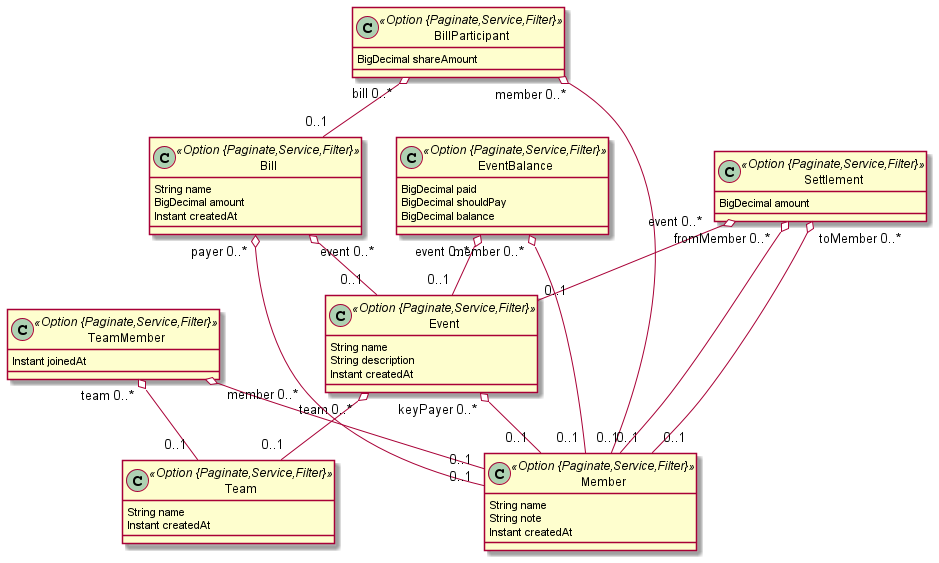
Before: c.png, a diagram exported from PlantUML (ling-4j/ProsperPathV1).
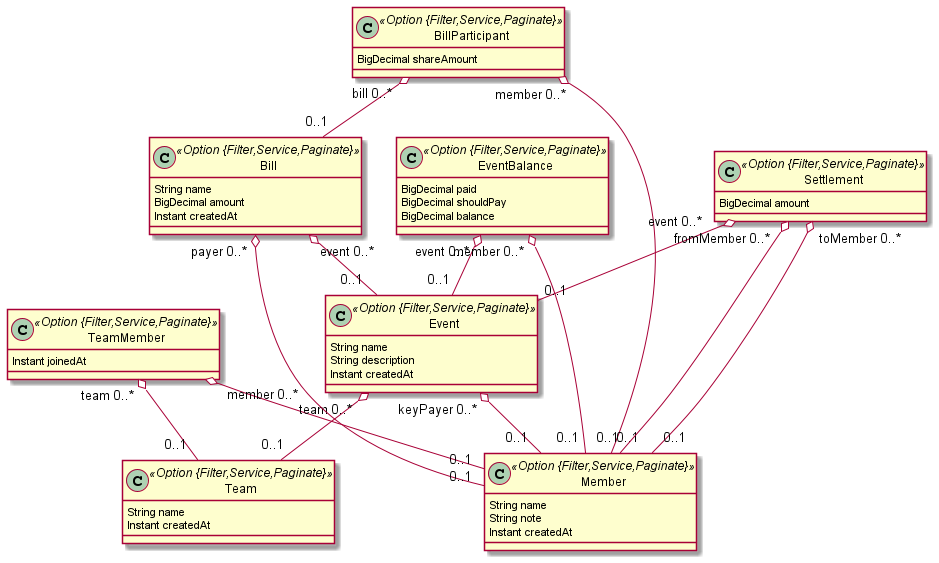
Above is the later version.

Change to the diagram source:
```diff
@@ -1,36 +1,36 @@
 @startuml
 	!pragma syntax class
-	class Member <<Option {Paginate,Service,Filter}>> {
+	class Member <<Option {Filter,Service,Paginate}>> {
 		String name
 		String note
 		Instant createdAt
 	}
-	class Team <<Option {Paginate,Service,Filter}>> {
+	class Team <<Option {Filter,Service,Paginate}>> {
 		String name
 		Instant createdAt
 	}
-	class TeamMember <<Option {Paginate,Service,Filter}>> {
+	class TeamMember <<Option {Filter,Service,Paginate}>> {
 		Instant joinedAt
 	}
-	class Event <<Option {Paginate,Service,Filter}>> {
+	class Event <<Option {Filter,Service,Paginate}>> {
 		String name
 		String description
 		Instant createdAt
 	}
-	class Bill <<Option {Paginate,Service,Filter}>> {
+	class Bill <<Option {Filter,Service,Paginate}>> {
 		String name
 		BigDecimal amount
 		Instant createdAt
 	}
-	class BillParticipant <<Option {Paginate,Service,Filter}>> {
+	class BillParticipant <<Option {Filter,Service,Paginate}>> {
 		BigDecimal shareAmount
 	}
-	class EventBalance <<Option {Paginate,Service,Filter}>> {
+	class EventBalance <<Option {Filter,Service,Paginate}>> {
 		BigDecimal paid
 		BigDecimal shouldPay
 		BigDecimal balance
 	}
-	class Settlement <<Option {Paginate,Service,Filter}>> {
+	class Settlement <<Option {Filter,Service,Paginate}>> {
 		BigDecimal amount
 	}
 	TeamMember  "team 0..* " o-- "0..1 "  Team
```
